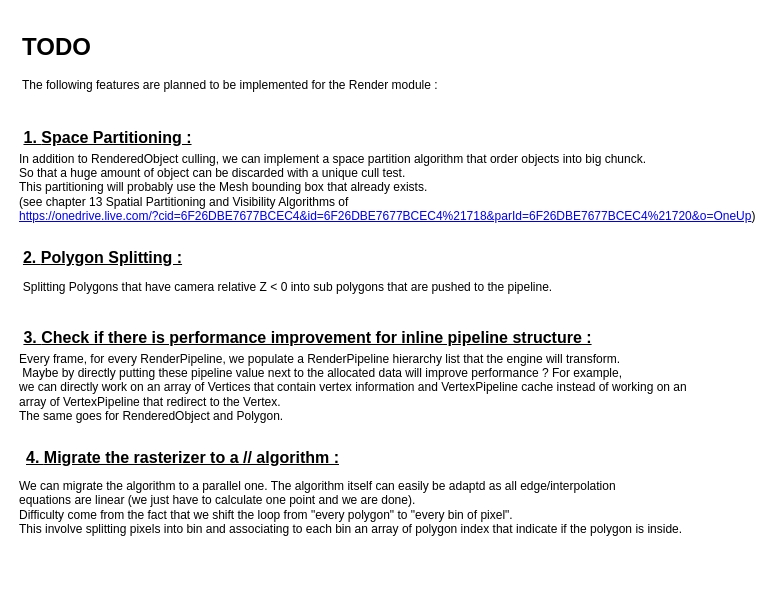
Above: page "TODO" (2 of 2) of Bibliography/Doc/Render/Render.drawio in ldalzotto/GameEngine (draw.io), before the change. Source tidied: cells renumbered, new cells numbered last; positions are measured from the earlier drawing's top-left corner, leaving out a move shared by most shapes. Both pictures are drawn from the tidied source at 100%, with x=0, y=0 at pixel (17, 27).
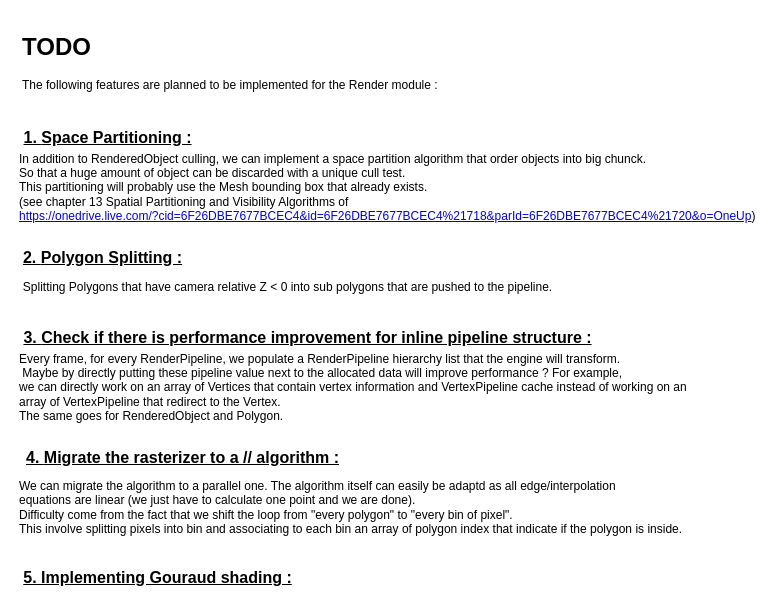
Above is the later version.

What changed in the source:
```diff
@@
 <mxGraphModel>
   <root>
     <mxCell id="0" />
     <mxCell id="1" parent="0" />
     <mxCell id="2" value="&lt;h1&gt;TODO&lt;/h1&gt;&lt;p&gt;The following features are planned to be implemented for the Render module :&lt;/p&gt;" style="text;html=1;strokeColor=none;fillColor=none;spacing=5;spacingTop=-20;whiteSpace=wrap;overflow=hidden;rounded=0;" parent="1" vertex="1">
       <mxGeometry width="560" height="80" as="geometry" />
     </mxCell>
     <mxCell id="3" value="1.&amp;nbsp;&lt;span style=&quot;text-align: left ; font-size: 16px&quot;&gt;Space Partitioning :&lt;/span&gt;" style="text;html=1;align=center;verticalAlign=middle;fontSize=16;fontStyle=5;" parent="1" vertex="1">
       <mxGeometry y="100" width="180" height="20" as="geometry" />
     </mxCell>
     <mxCell id="4" value="In addition to RenderedObject culling, we can implement a space partition algorithm that order objects into big chunck.&lt;br&gt;So that a huge amount of object can be discarded with a unique cull test.&lt;br&gt;This partitioning will probably use the Mesh bounding box that already exists.&lt;br&gt;(see chapter 13 Spatial Partitioning and Visibility Algorithms of&amp;nbsp;&lt;br&gt;&lt;a href=&quot;https://onedrive.live.com/?cid=6F26DBE7677BCEC4&amp;amp;id=6F26DBE7677BCEC4%21718&amp;amp;parId=6F26DBE7677BCEC4%21720&amp;amp;o=OneUp&quot;&gt;https://onedrive.live.com/?cid=6F26DBE7677BCEC4&amp;amp;id=6F26DBE7677BCEC4%21718&amp;amp;parId=6F26DBE7677BCEC4%21720&amp;amp;o=OneUp&lt;/a&gt;)" style="text;html=1;align=left;verticalAlign=middle;fontSize=12;" parent="1" vertex="1">
       <mxGeometry y="120" width="750" height="80" as="geometry" />
     </mxCell>
     <mxCell id="5" value="2.&amp;nbsp;&lt;span style=&quot;text-align: left ; font-size: 16px&quot;&gt;Polygon Splitting :&lt;/span&gt;" style="text;html=1;align=center;verticalAlign=middle;fontSize=16;fontStyle=5;" parent="1" vertex="1">
       <mxGeometry y="220" width="170" height="20" as="geometry" />
     </mxCell>
     <mxCell id="6" value="Splitting Polygons that have camera relative Z &amp;lt; 0 into sub polygons that are pushed to the pipeline." style="text;html=1;align=center;verticalAlign=middle;fontSize=12;" parent="1" vertex="1">
       <mxGeometry y="250" width="540" height="20" as="geometry" />
     </mxCell>
     <mxCell id="7" value="4.&amp;nbsp;&lt;span style=&quot;text-align: left ; font-size: 16px&quot;&gt;Migrate the rasterizer to a // algorithm :&lt;/span&gt;" style="text;html=1;align=center;verticalAlign=middle;fontSize=16;fontStyle=5;" parent="1" vertex="1">
       <mxGeometry y="420" width="330" height="20" as="geometry" />
     </mxCell>
     <mxCell id="8" value="&lt;div&gt;We can migrate the algorithm to a parallel one. The algorithm itself can easily be adaptd as all edge/interpolation&amp;nbsp;&lt;/div&gt;&lt;div&gt;equations are linear (we just have to calculate one point and we are done).&lt;/div&gt;&lt;div&gt;Difficulty come from the fact that we shift the loop from &quot;every polygon&quot; to &quot;every bin of pixel&quot;.&amp;nbsp;&lt;/div&gt;&lt;div&gt;This involve splitting pixels into bin and associating to each bin an array of polygon index that indicate if the polygon is inside.&lt;/div&gt;" style="text;html=1;align=left;verticalAlign=middle;fontSize=12;" parent="1" vertex="1">
       <mxGeometry y="450" width="680" height="60" as="geometry" />
     </mxCell>
     <mxCell id="9" value="3.&amp;nbsp;&lt;span style=&quot;text-align: left ; font-size: 16px&quot;&gt;Check if there is performance improvement for inline pipeline structure :&lt;/span&gt;" style="text;html=1;align=center;verticalAlign=middle;fontSize=16;fontStyle=5;" parent="1" vertex="1">
       <mxGeometry y="300" width="580" height="20" as="geometry" />
     </mxCell>
     <mxCell id="10" value="&lt;div&gt;Every frame, for every RenderPipeline, we populate a RenderPipeline hierarchy list that the engine will transform.&lt;/div&gt;&lt;div&gt;&amp;nbsp;Maybe by directly putting these pipeline value next to the allocated data will improve performance ? For example,&amp;nbsp;&lt;/div&gt;&lt;div&gt;we can directly work on an array of Vertices that contain vertex information and VertexPipeline cache instead of working on an&amp;nbsp;&lt;/div&gt;&lt;div&gt;array of VertexPipeline that redirect to the Vertex.&lt;/div&gt;&lt;div&gt;The same goes for RenderedObject and Polygon.&lt;/div&gt;" style="text;html=1;align=left;verticalAlign=middle;fontSize=12;" parent="1" vertex="1">
       <mxGeometry y="320" width="690" height="80" as="geometry" />
     </mxCell>
+    <mxCell id="11" value="5.&amp;nbsp;&lt;span style=&quot;font-size: 16px&quot;&gt;Implementing Gouraud shading :&lt;/span&gt;" style="text;html=1;align=center;verticalAlign=middle;fontSize=16;fontStyle=5;" parent="1" vertex="1">
+      <mxGeometry y="540" width="280" height="20" as="geometry" />
+    </mxCell>
   </root>
 </mxGraphModel>
```
